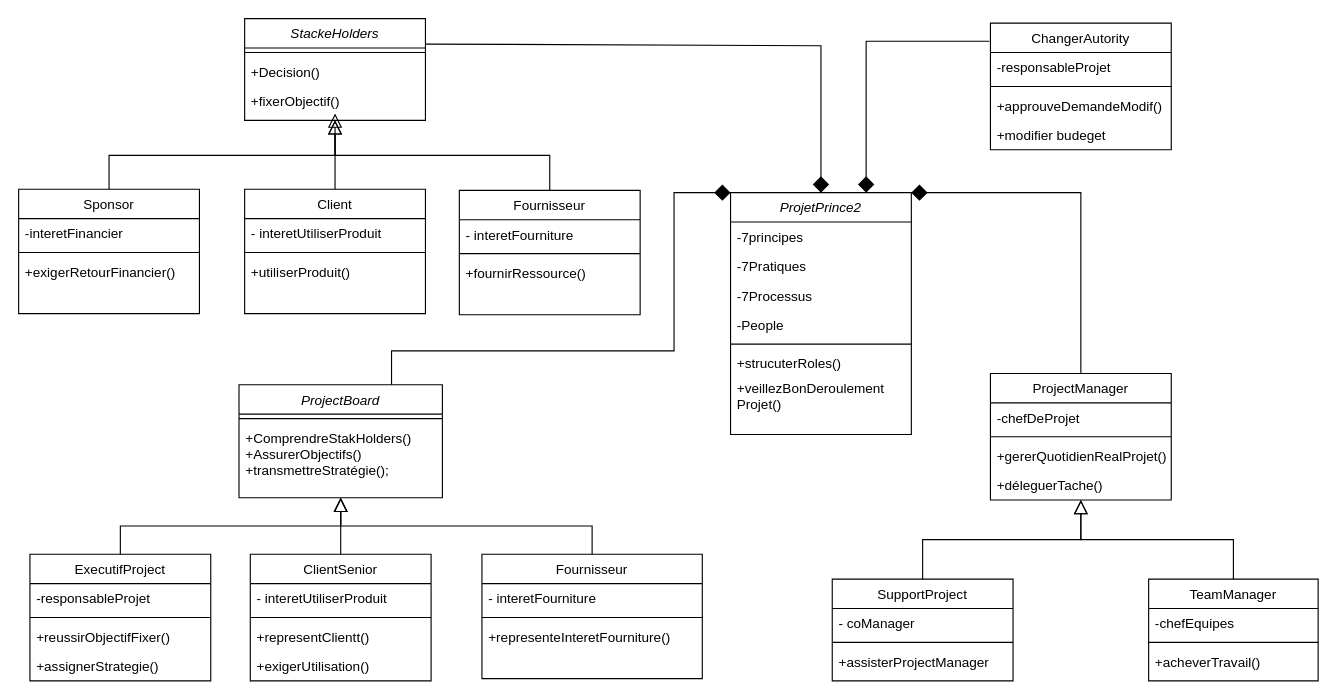
Before: Diagramme sans nom.drawio in enaelmusic/enaelmusic, a draw.io diagram. Source tidied: cells renumbered, new cells numbered last; positions are measured from the earlier drawing's top-left corner, leaving out a move shared by most shapes. Both pictures are drawn from the tidied source at 113%, with x=0, y=0 at pixel (18, 18).
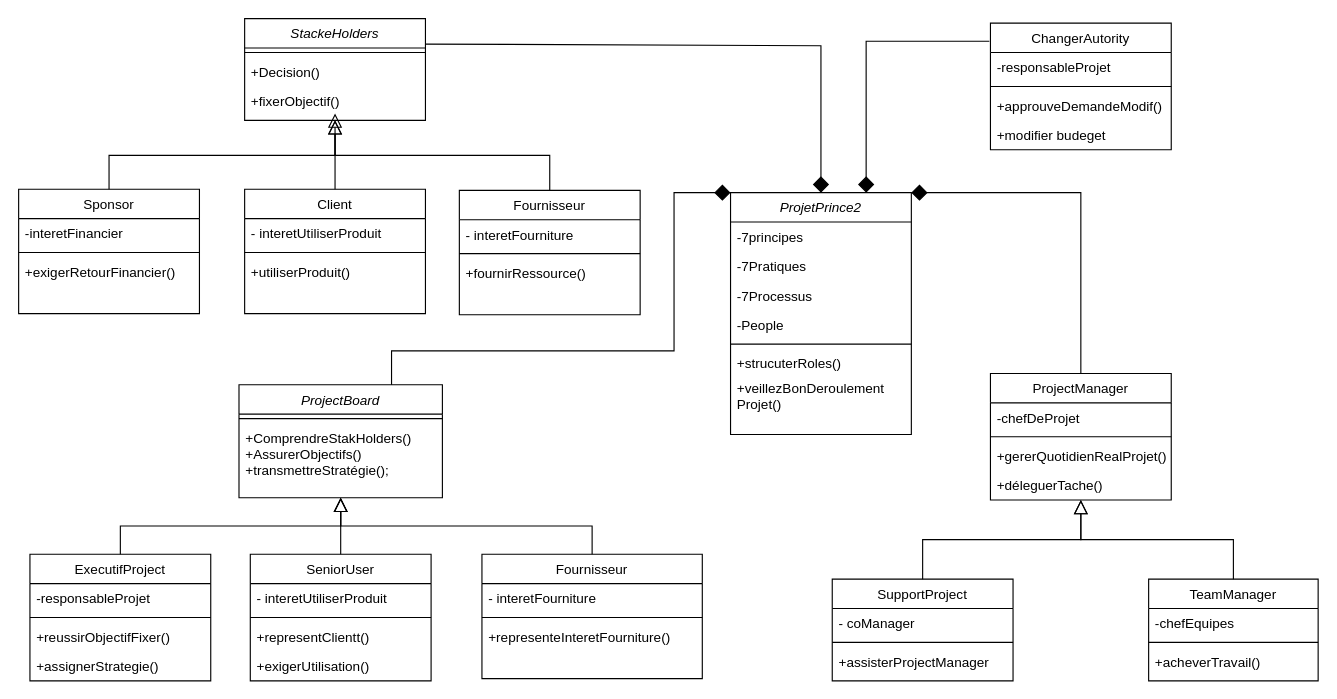
The same page after the edit.

Commit message:
Mettre à jour Diagramme sans nom.drawio

The edit, as a diff of the source:
```diff
@@
-    <mxCell id="35" value="ClientSenior" style="swimlane;fontStyle=0;align=center;verticalAlign=top;horizontal=1;startSize=26;rounded=0;shadow=0;strokeWidth=1;" parent="1" vertex="1">
+    <mxCell id="35" value="SeniorUser" style="swimlane;fontStyle=0;align=center;verticalAlign=top;horizontal=1;startSize=26;rounded=0;shadow=0;strokeWidth=1;" parent="1" vertex="1">
       <mxGeometry x="205" y="474" width="160" height="112" as="geometry" />
     </mxCell>
```
